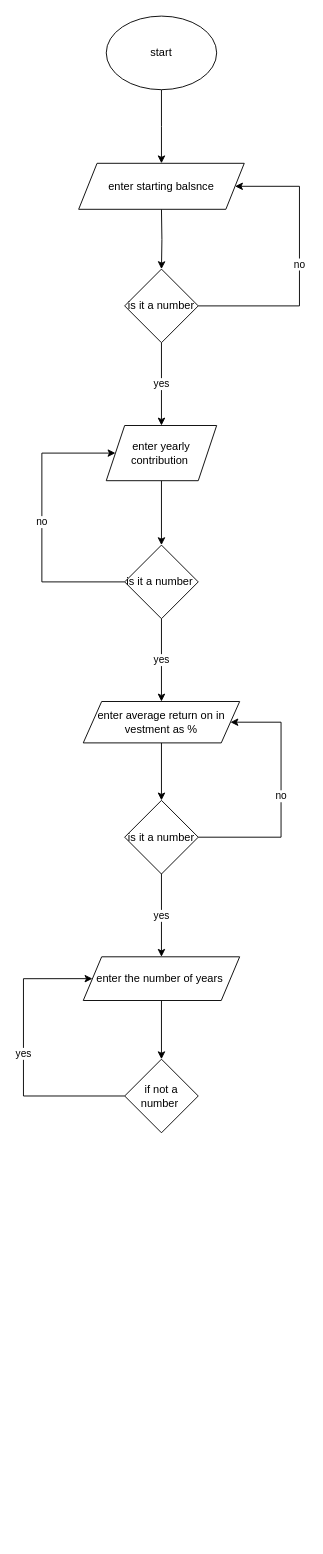
Earlier version of the draw.io diagram Untitled Diagram.drawio (WilsonTalentCenter/advpseudoflow-Rinor-Pira). Source tidied: cells renumbered, new cells numbered last; positions are measured from the earlier drawing's top-left corner, leaving out a move shared by most shapes. Both pictures are drawn from the tidied source at 92%, with x=0, y=0 at pixel (23, 16).
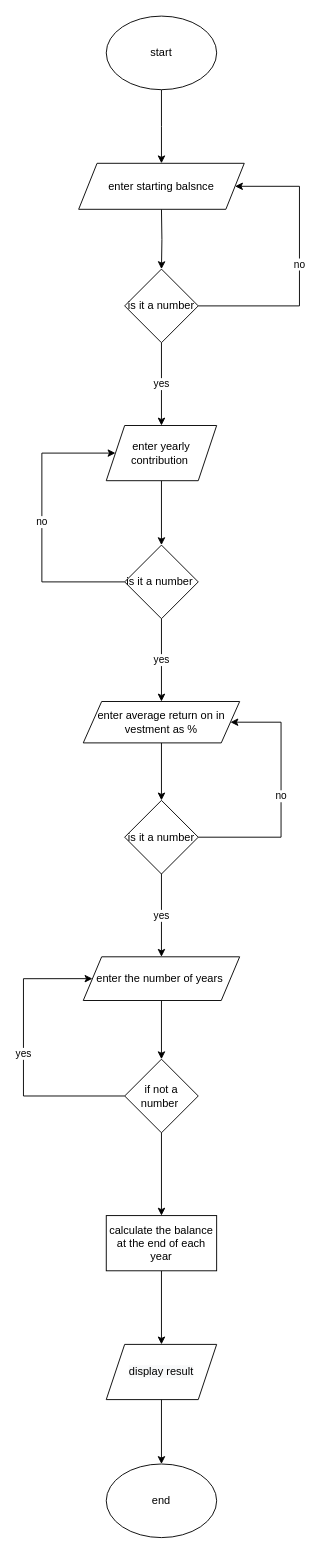
The same page after the edit.

The change refers to these unchanged cells:
```xml
<mxCell id="22" value="if not a number&amp;nbsp;" style="rhombus;whiteSpace=wrap;html=1;" parent="1" vertex="1">
  <mxGeometry x="110" y="1133.8" width="80" height="80" as="geometry" />
</mxCell>
```

What changed in the source:
```diff
@@
+    <mxCell id="23" style="edgeStyle=orthogonalEdgeStyle;rounded=0;jettySize=auto;html=1;" parent="1" edge="1" source="22" target="25">
+      <mxGeometry relative="1" as="geometry" />
+    </mxCell>
@@
+    <mxCell id="24" style="edgeStyle=orthogonalEdgeStyle;rounded=0;jettySize=auto;html=1;" parent="1" edge="1" source="25" target="27">
+      <mxGeometry relative="1" as="geometry" />
+    </mxCell>
+    <mxCell id="25" value="calculate the balance at the end of each year" style="whiteSpace=wrap;html=1;" parent="1" vertex="1">
+      <mxGeometry x="90" y="1303.8" width="120" height="60" as="geometry" />
+    </mxCell>
+    <mxCell id="26" style="edgeStyle=orthogonalEdgeStyle;rounded=0;jettySize=auto;html=1;" parent="1" edge="1" source="27" target="28">
+      <mxGeometry relative="1" as="geometry" />
+    </mxCell>
+    <mxCell id="27" value="&#10;&#10;&lt;span style=&quot;color: rgb(0, 0, 0); font-family: helvetica; font-size: 12px; font-style: normal; font-weight: 400; letter-spacing: normal; text-align: center; text-indent: 0px; text-transform: none; word-spacing: 0px; background-color: rgb(248, 249, 250); display: inline; float: none;&quot;&gt;display result&lt;/span&gt;&#10;&#10;" style="shape=parallelogram;perimeter=parallelogramPerimeter;whiteSpace=wrap;html=1;fixedSize=1;" parent="1" vertex="1">
+      <mxGeometry x="90" y="1443.8" width="120" height="60" as="geometry" />
+    </mxCell>
+    <mxCell id="28" value="end" style="ellipse;whiteSpace=wrap;html=1;" parent="1" vertex="1">
+      <mxGeometry x="90" y="1573.8" width="120" height="80" as="geometry" />
+    </mxCell>
```
